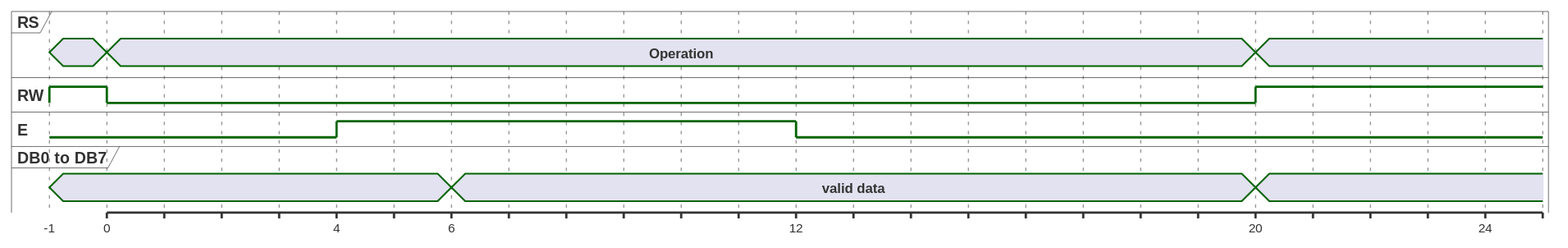
Above: examples/03-gpio-lcd1602/images/hd44780u.svg in grumat/bmt-test (PlantUML), before the change. The source it was exported from:
```plantuml
@startuml
concise "RS" as RS
binary "RW" as RW
binary "E" as E
concise "DB0 to DB7" as DB
@-1
RS is ""
RW is high
E is low
DB is ""
@0
RS is "Operation"
RW is low
@4
E is high
@6
DB is "valid data"
@12
E is low
@20
DB is ""
RS is ""
RW is high
@24
E is low
@enduml
```
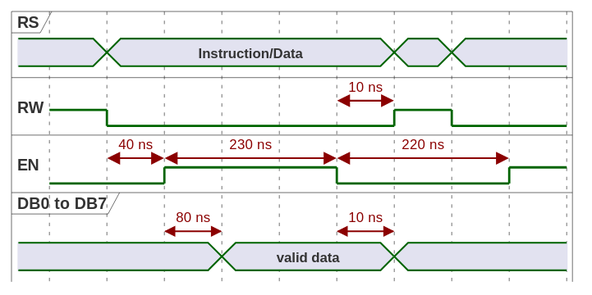
The same diagram one commit later.

What changed in the source:
```diff
@@ -1,26 +1,40 @@
 @startuml
+hide time-axis
 concise "RS" as RS
 binary "RW" as RW
-binary "E" as E
+binary "EN" as E
 concise "DB0 to DB7" as DB
-@-1
 RS is ""
 RW is high
-E is low
 DB is ""
 @0
-RS is "Operation"
+RW is high
+E is low
+@1
+RS is "Instruction/Data"
 RW is low
-@4
+@2
 E is high
+@3
+DB is "valid data"
+@5
+E is low
 @6
-DB is "valid data"
-@12
-E is low
-@20
 DB is ""
 RS is ""
 RW is high
-@24
-E is low
+@7
+RS is ""
+RW is low
+@8
+E is high
+@RW
+@5 <-> @6 : 10 ns
+@E
+@1 <-> @2 : 40 ns
+@2 <-> @5 : 230 ns
+@5 <-> @8 : 220 ns
+@DB
+@2 <-> @3 : 80 ns
+@5 <-> @6 : 10 ns
 @enduml
```
